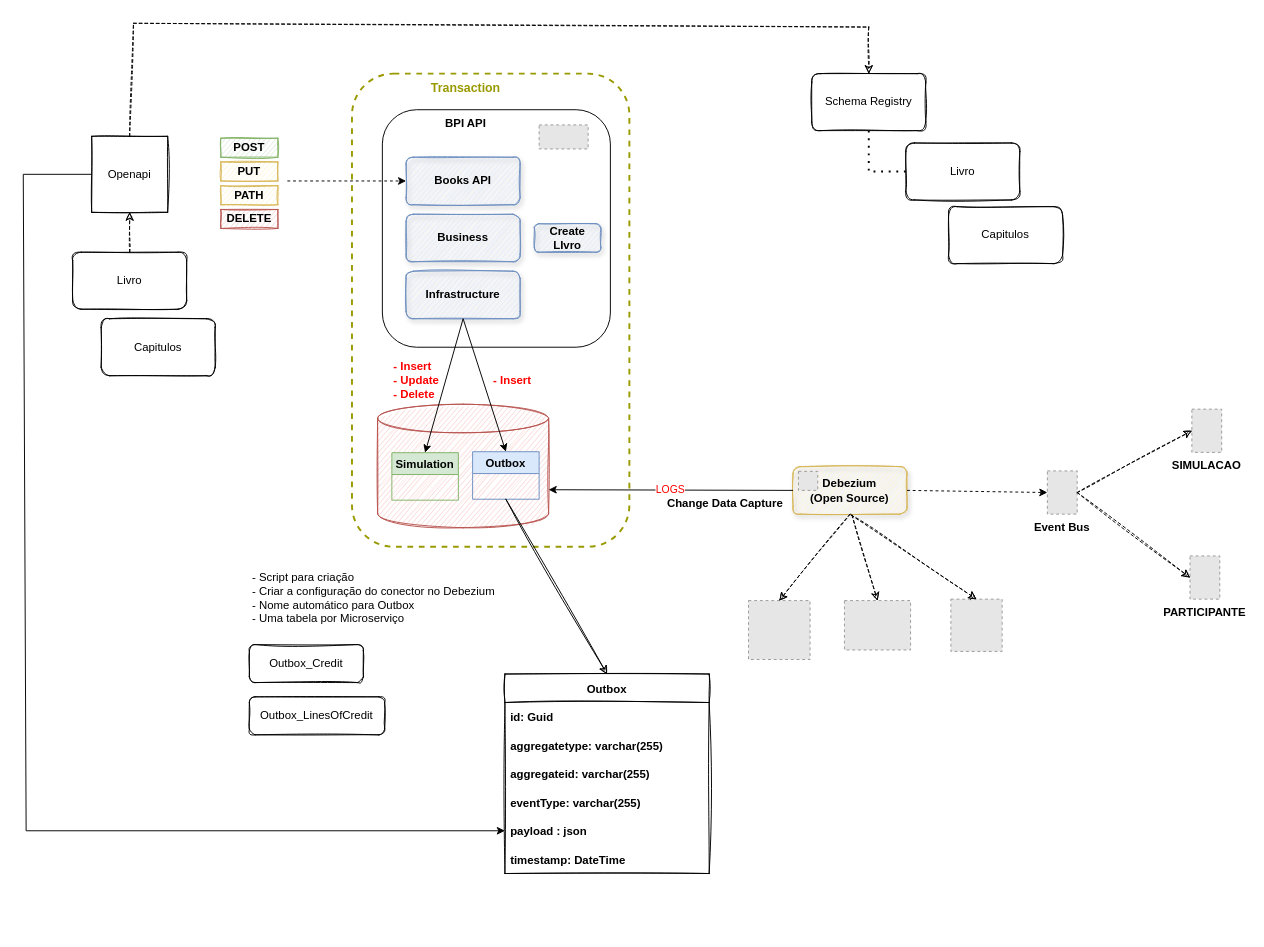
This is page "Macro" (1 of 3) of Documents/Outbox.drawio from diegarm/Kafka, a draw.io file, before an edit. Source tidied: cells renumbered, new cells numbered last; positions are measured from the earlier drawing's top-left corner, leaving out a move shared by most shapes. Both pictures are drawn from the tidied source at 95%, with x=0, y=0 at pixel (23, 23). Pictures stored in the file or linked from it are replaced by grey dashed boxes.
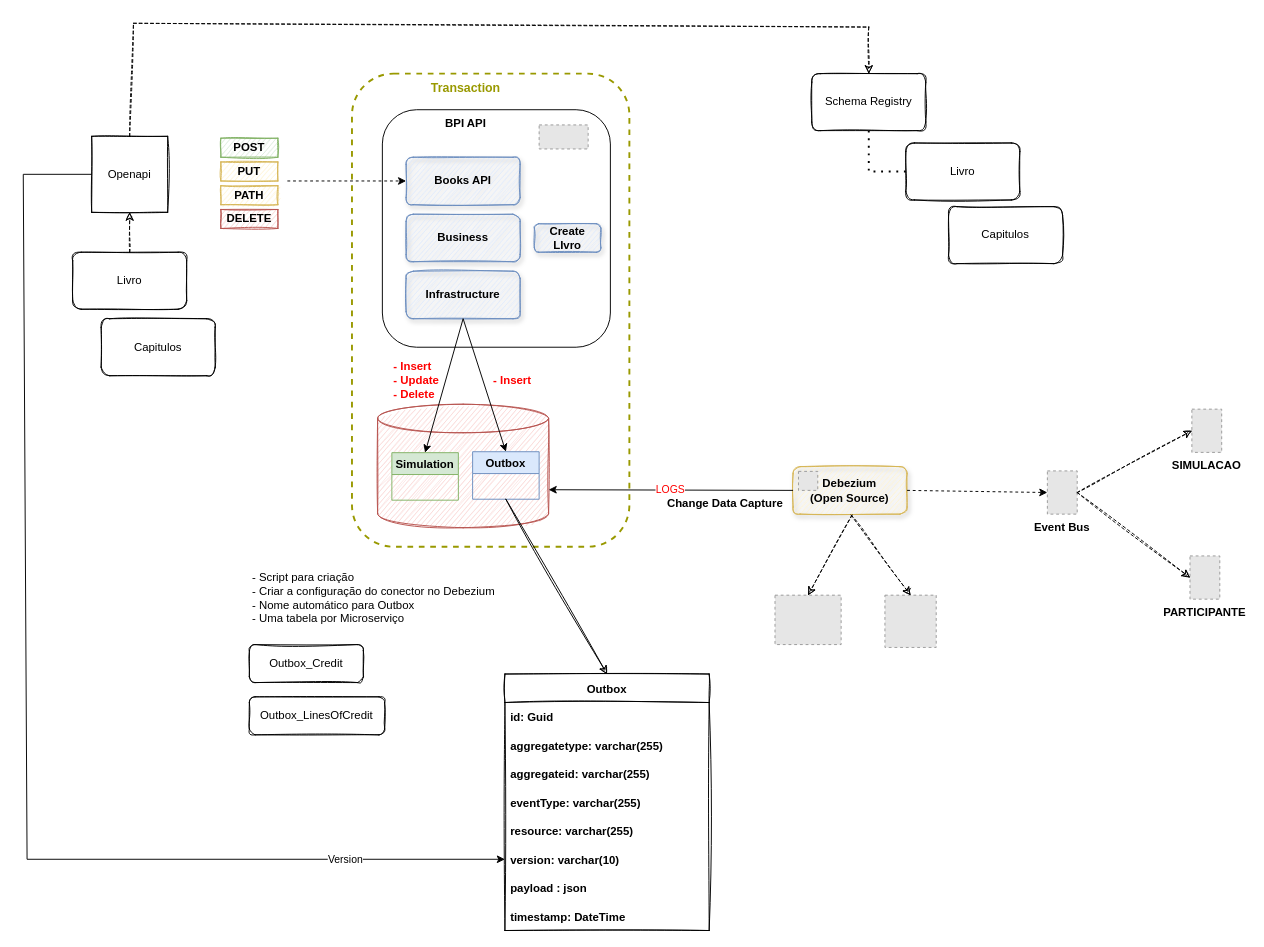
The same diagram, later.

The change refers to these unchanged cells:
```xml
<mxCell id="7" value="&lt;b&gt;Debezium&lt;br&gt;(Open Source)&lt;br&gt;&lt;/b&gt;" style="rounded=1;whiteSpace=wrap;html=1;fillColor=#fff2cc;strokeColor=#d6b656;shadow=1;sketch=1;" parent="1" vertex="1">
  <mxGeometry x="810.3" y="466.7" width="120" height="50" as="geometry" />
</mxCell>
<mxCell id="38" value="Openapi" style="whiteSpace=wrap;html=1;sketch=1;fillColor=none;" parent="1" vertex="1">
  <mxGeometry x="72" y="119" width="80" height="80" as="geometry" />
</mxCell>
```

Change to the diagram source:
```diff
@@
-    <mxCell id="43" style="fillColor=#E6E6E6;strokeColor=#999999;dashed=1;verticalLabelPosition=bottom;labelBackgroundColor=default;verticalAlign=top;" parent="1" vertex="1">
-      <mxGeometry x="763.4" y="607.7" width="64.8" height="62" as="geometry" />
-    </mxCell>
     <mxCell id="44" style="fillColor=#E6E6E6;strokeColor=#999999;dashed=1;verticalLabelPosition=bottom;labelBackgroundColor=default;verticalAlign=top;" parent="1" vertex="1">
-      <mxGeometry x="864.4" y="607.7" width="69.6" height="52" as="geometry" />
+      <mxGeometry x="791.3" y="602" width="69.6" height="52" as="geometry" />
     </mxCell>
-    <mxCell id="45" style="endArrow=classic;html=1;rounded=0;dashed=1;sketch=1;strokeColor=#000000;exitX=0.5;exitY=1;exitDx=0;exitDy=0;entryX=0.5;entryY=0;entryDx=0;entryDy=0;" parent="1" edge="1" source="7" target="43">
-      <mxGeometry relative="1" as="geometry" />
-    </mxCell>
@@
     <mxCell id="47" style="fillColor=#E6E6E6;strokeColor=#999999;dashed=1;verticalLabelPosition=bottom;labelBackgroundColor=default;verticalAlign=top;" parent="1" vertex="1">
-      <mxGeometry x="976.4" y="606.2" width="54" height="55" as="geometry" />
+      <mxGeometry x="907" y="602" width="54" height="55" as="geometry" />
     </mxCell>
@@
     <mxCell id="50" value="Outbox" style="swimlane;fontStyle=1;horizontal=1;startSize=30;spacing=2;sketch=1;" parent="1" vertex="1">
-      <mxGeometry x="507" y="685" width="215" height="210" as="geometry" />
+      <mxGeometry x="507" y="685" width="215" height="270" as="geometry" />
     </mxCell>
@@
+    <mxCell id="60" value="resource: varchar(255)" style="text;strokeColor=none;fillColor=none;align=left;verticalAlign=middle;spacingLeft=4;spacingRight=4;overflow=hidden;fontStyle=1;" parent="50" vertex="1">
+      <mxGeometry y="150" width="215" height="30" as="geometry" />
+    </mxCell>
+    <mxCell id="61" value="version: varchar(10)" style="text;strokeColor=none;fillColor=none;align=left;verticalAlign=middle;spacingLeft=4;spacingRight=4;overflow=hidden;points=[[0,0.5],[1,0.5]];portConstraint=eastwest;fontStyle=1;" parent="50" vertex="1">
+      <mxGeometry y="180" width="215" height="30" as="geometry" />
+    </mxCell>
     <mxCell id="55" value="payload : json" style="text;strokeColor=none;fillColor=none;align=left;verticalAlign=middle;spacingLeft=4;spacingRight=4;overflow=hidden;points=[[0,0.5],[1,0.5]];portConstraint=eastwest;fontStyle=1;" parent="50" vertex="1">
-      <mxGeometry y="150" width="215" height="30" as="geometry" />
+      <mxGeometry y="210" width="215" height="30" as="geometry" />
     </mxCell>
     <mxCell id="56" value="timestamp: DateTime" style="text;strokeColor=none;fillColor=none;align=left;verticalAlign=middle;spacingLeft=4;spacingRight=4;overflow=hidden;fontStyle=1;" parent="50" vertex="1">
-      <mxGeometry y="180" width="215" height="30" as="geometry" />
+      <mxGeometry y="240" width="215" height="30" as="geometry" />
     </mxCell>
@@
-    <mxCell id="59" style="endArrow=classic;html=1;rounded=0;entryX=0;entryY=0.5;entryDx=0;entryDy=0;exitX=0;exitY=0.5;exitDx=0;exitDy=0;" parent="1" edge="1" source="38" target="55">
-      <mxGeometry relative="1" as="geometry">
+    <mxCell id="59" value="Version" style="endArrow=classic;html=1;rounded=0;entryX=0;entryY=0.5;entryDx=0;entryDy=0;exitX=0;exitY=0.5;exitDx=0;exitDy=0;" parent="1" edge="1" source="38" target="61">
+      <mxGeometry x="0.74" relative="1" as="geometry">
         <Array as="points">
           <mxPoint y="159" />
-          <mxPoint x="3" y="850" />
+          <mxPoint x="4" y="880" />
         </Array>
       </mxGeometry>
     </mxCell>
```
